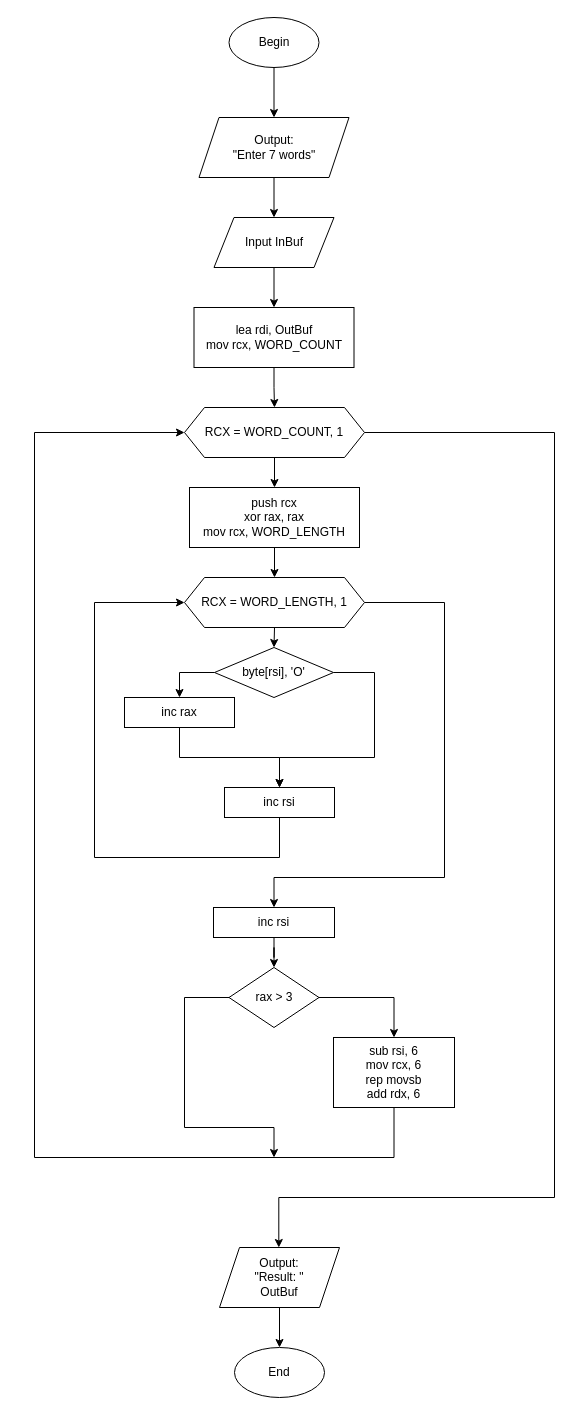
TimofeyTst/Assembler-BMSTU keeps this draw.io diagram as hw1/scheme_hw1.drawio. Above is the earlier version. Source tidied: cells renumbered, new cells numbered last; positions are measured from the earlier drawing's top-left corner, leaving out a move shared by most shapes. Both pictures are drawn from the tidied source at 100%, with x=0, y=0 at pixel (34, 17).
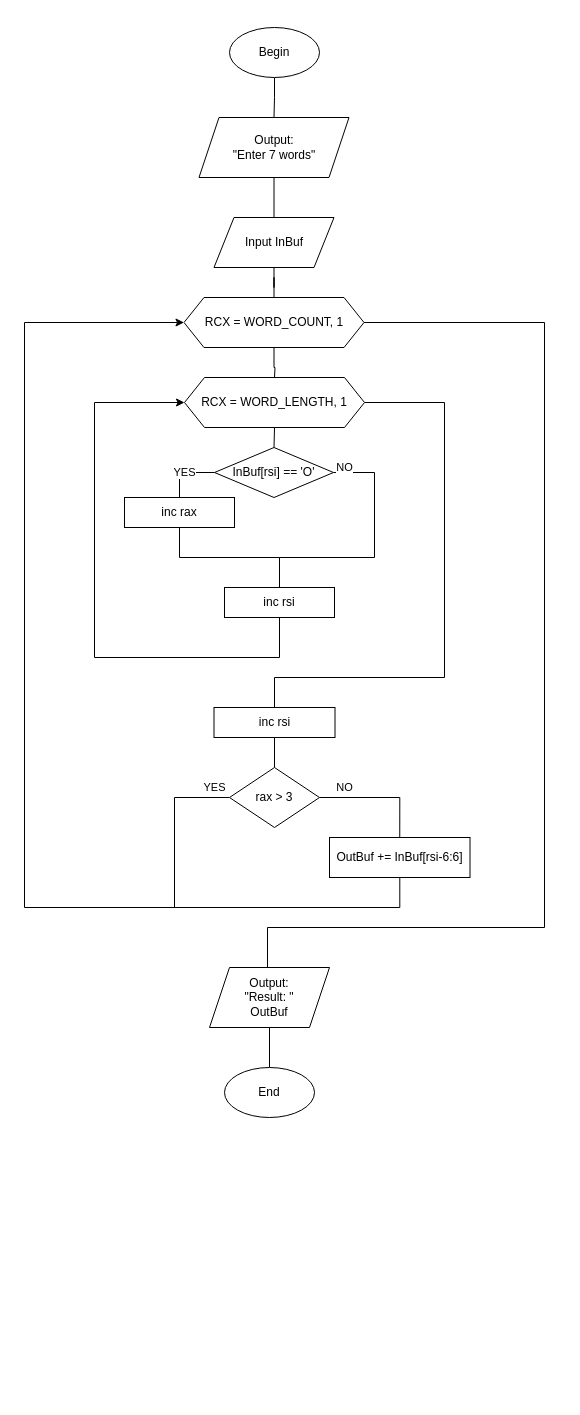
The same diagram, later.

Unchanged cells that the change refers to:
```xml
<mxCell id="3" value="Output:&lt;br&gt;&quot;Enter 7 words&quot;" style="shape=parallelogram;perimeter=parallelogramPerimeter;whiteSpace=wrap;html=1;fixedSize=1;" parent="1" vertex="1">
  <mxGeometry x="164.5" y="100" width="150" height="60" as="geometry" />
</mxCell>
<mxCell id="7" value="Input InBuf" style="shape=parallelogram;perimeter=parallelogramPerimeter;whiteSpace=wrap;html=1;fixedSize=1;" parent="1" vertex="1">
  <mxGeometry x="179.5" y="200" width="120" height="50" as="geometry" />
</mxCell>
```

Change to the diagram source:
```diff
@@
-    <mxCell id="2" style="edgeStyle=orthogonalEdgeStyle;rounded=0;jettySize=auto;html=1;exitX=0.5;exitY=1;exitDx=0;exitDy=0;" parent="1" edge="1" source="3" target="7">
+    <mxCell id="2" style="edgeStyle=orthogonalEdgeStyle;rounded=0;jettySize=auto;html=1;exitX=0.5;exitY=1;exitDx=0;exitDy=0;endArrow=none;endFill=0;" parent="1" edge="1" source="3" target="7">
       <mxGeometry relative="1" as="geometry" />
     </mxCell>
@@
-    <mxCell id="4" style="edgeStyle=orthogonalEdgeStyle;rounded=0;jettySize=auto;html=1;exitX=0.5;exitY=1;exitDx=0;exitDy=0;entryX=0.5;entryY=0;entryDx=0;entryDy=0;" parent="1" edge="1" source="5" target="3">
+    <mxCell id="4" style="edgeStyle=orthogonalEdgeStyle;rounded=0;jettySize=auto;html=1;exitX=0.5;exitY=1;exitDx=0;exitDy=0;entryX=0.5;entryY=0;entryDx=0;entryDy=0;endArrow=none;endFill=0;" parent="1" edge="1" source="5" target="3">
       <mxGeometry relative="1" as="geometry" />
     </mxCell>
     <mxCell id="5" value="Begin" style="ellipse;whiteSpace=wrap;html=1;" parent="1" vertex="1">
-      <mxGeometry x="194.5" width="90" height="50" as="geometry" />
+      <mxGeometry x="195" y="10" width="90" height="50" as="geometry" />
     </mxCell>
-    <mxCell id="6" style="edgeStyle=orthogonalEdgeStyle;rounded=0;jettySize=auto;html=1;" parent="1" edge="1" source="7" target="9">
+    <mxCell id="6" style="edgeStyle=orthogonalEdgeStyle;rounded=0;jettySize=auto;html=1;endArrow=none;endFill=0;entryX=0.5;entryY=0;entryDx=0;entryDy=0;" parent="1" edge="1" source="7" target="12">
       <mxGeometry relative="1" as="geometry" />
     </mxCell>
@@
-    <mxCell id="8" style="edgeStyle=orthogonalEdgeStyle;rounded=0;jettySize=auto;html=1;" parent="1" edge="1" source="9" target="12">
-      <mxGeometry relative="1" as="geometry" />
-    </mxCell>
-    <mxCell id="9" value="lea rdi, OutBuf&lt;br&gt;mov rcx, WORD_COUNT" style="rounded=0;whiteSpace=wrap;html=1;" parent="1" vertex="1">
-      <mxGeometry x="159.5" y="290" width="160" height="60" as="geometry" />
-    </mxCell>
-    <mxCell id="10" style="edgeStyle=orthogonalEdgeStyle;rounded=0;jettySize=auto;html=1;" parent="1" edge="1" source="12" target="14">
-      <mxGeometry relative="1" as="geometry" />
+    <mxCell id="10" style="edgeStyle=orthogonalEdgeStyle;rounded=0;jettySize=auto;html=1;endArrow=none;endFill=0;" parent="1" edge="1" source="12">
+      <mxGeometry relative="1" as="geometry">
+        <mxPoint x="240" y="360" as="targetPoint" />
+      </mxGeometry>
     </mxCell>
-    <mxCell id="11" style="edgeStyle=orthogonalEdgeStyle;rounded=0;jettySize=auto;html=1;" parent="1" edge="1" source="12">
+    <mxCell id="11" style="edgeStyle=orthogonalEdgeStyle;rounded=0;jettySize=auto;html=1;endArrow=none;endFill=0;entryX=0.438;entryY=0.017;entryDx=0;entryDy=0;entryPerimeter=0;" parent="1" edge="1" source="12" target="33">
       <mxGeometry relative="1" as="geometry">
-        <mxPoint x="244.3" y="1230" as="targetPoint" />
         <Array as="points">
-          <mxPoint x="520" y="415" />
-          <mxPoint x="520" y="1180" />
-          <mxPoint x="244" y="1180" />
+          <mxPoint x="510" y="305" />
+          <mxPoint x="510" y="910" />
+          <mxPoint x="233" y="910" />
         </Array>
       </mxGeometry>
     </mxCell>
     <mxCell id="12" value="RCX = WORD_COUNT, 1" style="shape=hexagon;perimeter=hexagonPerimeter2;whiteSpace=wrap;html=1;fixedSize=1;" parent="1" vertex="1">
-      <mxGeometry x="150" y="390" width="180" height="50" as="geometry" />
+      <mxGeometry x="149.5" y="280" width="180" height="50" as="geometry" />
     </mxCell>
-    <mxCell id="13" style="edgeStyle=orthogonalEdgeStyle;rounded=0;jettySize=auto;html=1;exitX=0.5;exitY=1;exitDx=0;exitDy=0;" parent="1" edge="1" source="14" target="17">
-      <mxGeometry relative="1" as="geometry" />
-    </mxCell>
-    <mxCell id="14" value="push rcx&lt;br&gt;xor rax, rax&lt;br&gt;mov rcx, WORD_LENGTH" style="rounded=0;whiteSpace=wrap;html=1;" parent="1" vertex="1">
-      <mxGeometry x="155" y="470" width="170" height="60" as="geometry" />
-    </mxCell>
-    <mxCell id="15" style="edgeStyle=orthogonalEdgeStyle;rounded=0;jettySize=auto;html=1;exitX=0.5;exitY=1;exitDx=0;exitDy=0;entryX=0.5;entryY=0;entryDx=0;entryDy=0;" parent="1" edge="1" source="17" target="20">
+    <mxCell id="15" style="edgeStyle=orthogonalEdgeStyle;rounded=0;jettySize=auto;html=1;exitX=0.5;exitY=1;exitDx=0;exitDy=0;entryX=0.5;entryY=0;entryDx=0;entryDy=0;endArrow=none;endFill=0;" parent="1" edge="1" source="17" target="20">
       <mxGeometry relative="1" as="geometry" />
     </mxCell>
-    <mxCell id="16" style="edgeStyle=orthogonalEdgeStyle;rounded=0;jettySize=auto;html=1;entryX=0.5;entryY=0;entryDx=0;entryDy=0;" parent="1" edge="1" source="17" target="26">
+    <mxCell id="16" style="edgeStyle=orthogonalEdgeStyle;rounded=0;jettySize=auto;html=1;entryX=0.5;entryY=0;entryDx=0;entryDy=0;endArrow=none;endFill=0;" parent="1" edge="1" source="17" target="26">
       <mxGeometry relative="1" as="geometry">
         <Array as="points">
-          <mxPoint x="410" y="585" />
-          <mxPoint x="410" y="860" />
-          <mxPoint x="239" y="860" />
+          <mxPoint x="410" y="385" />
+          <mxPoint x="410" y="660" />
+          <mxPoint x="240" y="660" />
         </Array>
       </mxGeometry>
     </mxCell>
     <mxCell id="17" value="RCX = WORD_LENGTH, 1" style="shape=hexagon;perimeter=hexagonPerimeter2;whiteSpace=wrap;html=1;fixedSize=1;" parent="1" vertex="1">
-      <mxGeometry x="150" y="560" width="180" height="50" as="geometry" />
+      <mxGeometry x="150" y="360" width="180" height="50" as="geometry" />
     </mxCell>
-    <mxCell id="18" style="edgeStyle=orthogonalEdgeStyle;rounded=0;jettySize=auto;html=1;entryX=0.5;entryY=0;entryDx=0;entryDy=0;" parent="1" edge="1" source="20" target="22">
-      <mxGeometry relative="1" as="geometry">
+    <mxCell id="18" value="NO" style="edgeStyle=orthogonalEdgeStyle;rounded=0;jettySize=auto;html=1;entryX=0.5;entryY=0;entryDx=0;entryDy=0;endArrow=none;endFill=0;" parent="1" edge="1" source="20" target="22">
+      <mxGeometry x="-0.91" y="5" relative="1" as="geometry">
         <Array as="points">
-          <mxPoint x="340" y="655" />
-          <mxPoint x="340" y="740" />
-          <mxPoint x="245" y="740" />
+          <mxPoint x="340" y="455" />
+          <mxPoint x="340" y="540" />
+          <mxPoint x="245" y="540" />
         </Array>
       </mxGeometry>
     </mxCell>
-    <mxCell id="19" style="edgeStyle=orthogonalEdgeStyle;rounded=0;jettySize=auto;html=1;entryX=0.5;entryY=0;entryDx=0;entryDy=0;" parent="1" edge="1" source="20" target="24">
+    <mxCell id="19" value="YES" style="edgeStyle=orthogonalEdgeStyle;rounded=0;jettySize=auto;html=1;entryX=0.5;entryY=0;entryDx=0;entryDy=0;endArrow=none;endFill=0;" parent="1" edge="1" source="20" target="24">
       <mxGeometry relative="1" as="geometry">
         <Array as="points">
-          <mxPoint x="145" y="655" />
+          <mxPoint x="145" y="455" />
         </Array>
       </mxGeometry>
     </mxCell>
-    <mxCell id="20" value="byte[rsi], 'O'" style="rhombus;whiteSpace=wrap;html=1;" parent="1" vertex="1">
-      <mxGeometry x="180" y="630" width="119" height="50" as="geometry" />
+    <mxCell id="20" value="InBuf[rsi] == 'O'" style="rhombus;whiteSpace=wrap;html=1;" parent="1" vertex="1">
+      <mxGeometry x="180" y="430" width="119" height="50" as="geometry" />
     </mxCell>
     <mxCell id="21" style="edgeStyle=orthogonalEdgeStyle;rounded=0;jettySize=auto;html=1;entryX=0;entryY=0.5;entryDx=0;entryDy=0;" parent="1" edge="1" source="22" target="17">
       <mxGeometry relative="1" as="geometry">
         <Array as="points">
-          <mxPoint x="245" y="840" />
-          <mxPoint x="60" y="840" />
-          <mxPoint x="60" y="585" />
+          <mxPoint x="245" y="640" />
+          <mxPoint x="60" y="640" />
+          <mxPoint x="60" y="385" />
         </Array>
       </mxGeometry>
     </mxCell>
     <mxCell id="22" value="inc rsi" style="rounded=0;whiteSpace=wrap;html=1;" parent="1" vertex="1">
-      <mxGeometry x="190" y="770" width="110" height="30" as="geometry" />
+      <mxGeometry x="190" y="570" width="110" height="30" as="geometry" />
     </mxCell>
-    <mxCell id="23" style="edgeStyle=orthogonalEdgeStyle;rounded=0;jettySize=auto;html=1;entryX=0.5;entryY=0;entryDx=0;entryDy=0;" parent="1" edge="1" source="24" target="22">
+    <mxCell id="23" style="edgeStyle=orthogonalEdgeStyle;rounded=0;jettySize=auto;html=1;entryX=0.5;entryY=0;entryDx=0;entryDy=0;endArrow=none;endFill=0;" parent="1" edge="1" source="24" target="22">
       <mxGeometry relative="1" as="geometry" />
     </mxCell>
     <mxCell id="24" value="inc rax" style="rounded=0;whiteSpace=wrap;html=1;" parent="1" vertex="1">
-      <mxGeometry x="90" y="680" width="110" height="30" as="geometry" />
+      <mxGeometry x="90" y="480" width="110" height="30" as="geometry" />
     </mxCell>
-    <mxCell id="25" style="edgeStyle=orthogonalEdgeStyle;rounded=0;jettySize=auto;html=1;exitX=0.5;exitY=1;exitDx=0;exitDy=0;" parent="1" edge="1" source="26" target="29">
+    <mxCell id="25" style="edgeStyle=orthogonalEdgeStyle;rounded=0;jettySize=auto;html=1;exitX=0.5;exitY=1;exitDx=0;exitDy=0;endArrow=none;endFill=0;" parent="1" edge="1" source="26" target="29">
       <mxGeometry relative="1" as="geometry" />
     </mxCell>
     <mxCell id="26" value="inc rsi" style="rounded=0;whiteSpace=wrap;html=1;" parent="1" vertex="1">
-      <mxGeometry x="179" y="890" width="121" height="30" as="geometry" />
+      <mxGeometry x="179.5" y="690" width="121" height="30" as="geometry" />
     </mxCell>
-    <mxCell id="27" style="edgeStyle=orthogonalEdgeStyle;rounded=0;jettySize=auto;html=1;entryX=0.5;entryY=0;entryDx=0;entryDy=0;" parent="1" edge="1" source="29" target="31">
-      <mxGeometry relative="1" as="geometry" />
+    <mxCell id="27" value="NO" style="edgeStyle=orthogonalEdgeStyle;rounded=0;jettySize=auto;html=1;entryX=0.5;entryY=0;entryDx=0;entryDy=0;endArrow=none;endFill=0;" parent="1" edge="1" source="29" target="31">
+      <mxGeometry x="-0.58" y="10" relative="1" as="geometry" />
     </mxCell>
-    <mxCell id="28" style="edgeStyle=orthogonalEdgeStyle;rounded=0;jettySize=auto;html=1;" parent="1" edge="1" source="29">
-      <mxGeometry relative="1" as="geometry">
-        <mxPoint x="239.5" y="1140" as="targetPoint" />
+    <mxCell id="28" value="YES" style="edgeStyle=orthogonalEdgeStyle;rounded=0;jettySize=auto;html=1;endArrow=none;endFill=0;" parent="1" edge="1" source="29">
+      <mxGeometry x="-0.88" y="-10" relative="1" as="geometry">
+        <mxPoint x="230" y="890" as="targetPoint" />
         <Array as="points">
-          <mxPoint x="150" y="980" />
-          <mxPoint x="150" y="1110" />
-          <mxPoint x="239" y="1110" />
+          <mxPoint x="140" y="780" />
+          <mxPoint x="140" y="890" />
+          <mxPoint x="230" y="890" />
         </Array>
       </mxGeometry>
     </mxCell>
     <mxCell id="29" value="rax &amp;gt; 3" style="rhombus;whiteSpace=wrap;html=1;" parent="1" vertex="1">
-      <mxGeometry x="194.5" y="950" width="90" height="60" as="geometry" />
+      <mxGeometry x="195" y="750" width="90" height="60" as="geometry" />
     </mxCell>
     <mxCell id="30" style="edgeStyle=orthogonalEdgeStyle;rounded=0;jettySize=auto;html=1;entryX=0;entryY=0.5;entryDx=0;entryDy=0;" parent="1" edge="1" source="31" target="12">
       <mxGeometry relative="1" as="geometry">
         <Array as="points">
-          <mxPoint x="359" y="1140" />
-          <mxPoint y="1140" />
-          <mxPoint y="415" />
+          <mxPoint x="365" y="890" />
+          <mxPoint x="-10" y="890" />
+          <mxPoint x="-10" y="305" />
         </Array>
       </mxGeometry>
     </mxCell>
-    <mxCell id="31" value="sub rsi, 6&lt;br&gt;mov rcx, 6&lt;br&gt;rep movsb&lt;br&gt;add rdx, 6" style="rounded=0;whiteSpace=wrap;html=1;" parent="1" vertex="1">
-      <mxGeometry x="299" y="1020" width="121" height="70" as="geometry" />
+    <mxCell id="31" value="OutBuf += InBuf[rsi-6:6]" style="rounded=0;whiteSpace=wrap;html=1;" parent="1" vertex="1">
+      <mxGeometry x="295" y="820" width="140.5" height="40" as="geometry" />
     </mxCell>
-    <mxCell id="32" style="edgeStyle=orthogonalEdgeStyle;rounded=0;jettySize=auto;html=1;" parent="1" edge="1" source="33" target="34">
+    <mxCell id="32" style="edgeStyle=orthogonalEdgeStyle;rounded=0;jettySize=auto;html=1;endArrow=none;endFill=0;" parent="1" edge="1" source="33" target="34">
       <mxGeometry relative="1" as="geometry" />
     </mxCell>
     <mxCell id="33" value="Output:&lt;br&gt;&quot;Result: &quot;&lt;br&gt;OutBuf" style="shape=parallelogram;perimeter=parallelogramPerimeter;whiteSpace=wrap;html=1;fixedSize=1;" parent="1" vertex="1">
-      <mxGeometry x="185" y="1230" width="120" height="60" as="geometry" />
+      <mxGeometry x="175" y="950" width="120" height="60" as="geometry" />
     </mxCell>
     <mxCell id="34" value="End" style="ellipse;whiteSpace=wrap;html=1;" parent="1" vertex="1">
-      <mxGeometry x="200" y="1330" width="90" height="50" as="geometry" />
+      <mxGeometry x="190" y="1050" width="90" height="50" as="geometry" />
     </mxCell>
```
